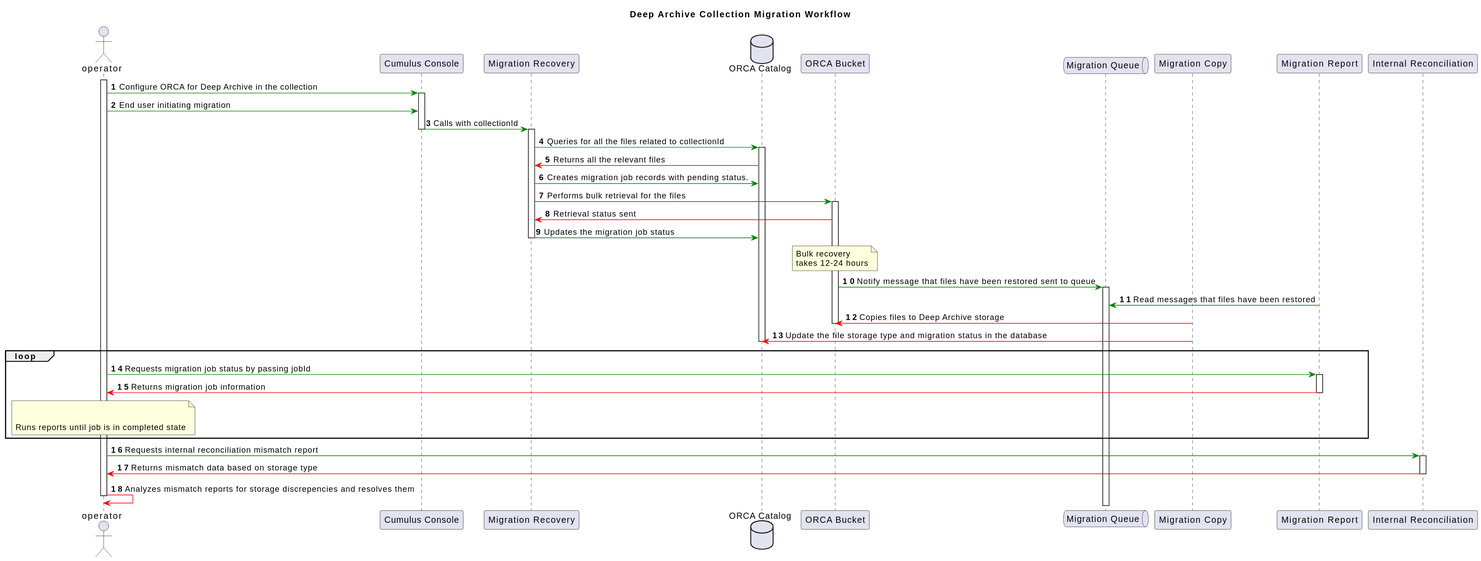
Above: website/static/img/Deep-Archive-Migration-workflow-specific-files.svg in nasa/cumulus-orca (PlantUML), before the change.
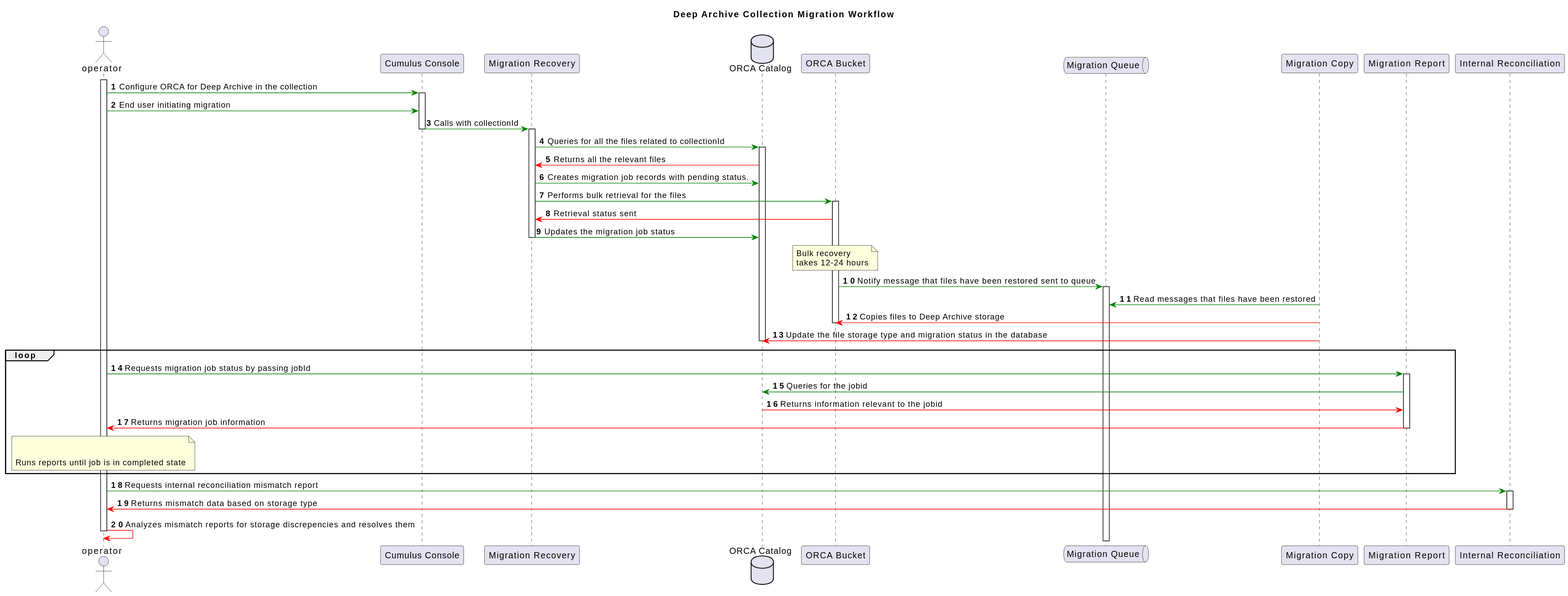
The same file after the commit.

Commit message:
fixed the workflow drawing

Change to the diagram source:
```diff
@@ -29,8 +29,6 @@
 
 ms -[#green]> oc: Creates migration job records with pending status.
 
-
-
 ms-[#green]> ob: Performs bulk retrieval for the files
 activate ob
 ob -[#red]> ms: Retrieval status sent
@@ -45,8 +43,9 @@
 
 ob-[#green]> mq: Notify message that files have been restored sent to queue
 
+
 activate mq
-mr-[#green]> mq: Read messages that files have been restored
+mc-[#green]> mq: Read messages that files have been restored
 
 mc -[#red]> ob: Copies files to Deep Archive storage
 
@@ -56,8 +55,11 @@
 loop
 
 operator -[#green]> mr: Requests migration job status by passing jobId
+activate mr
+mr -[#green]> oc: Queries for the jobid
+oc -[#red]> mr: Returns information relevant to the jobid
 
-activate mr
+
 
 mr -[#red]> operator: Returns migration job information
 deactivate mr
```
